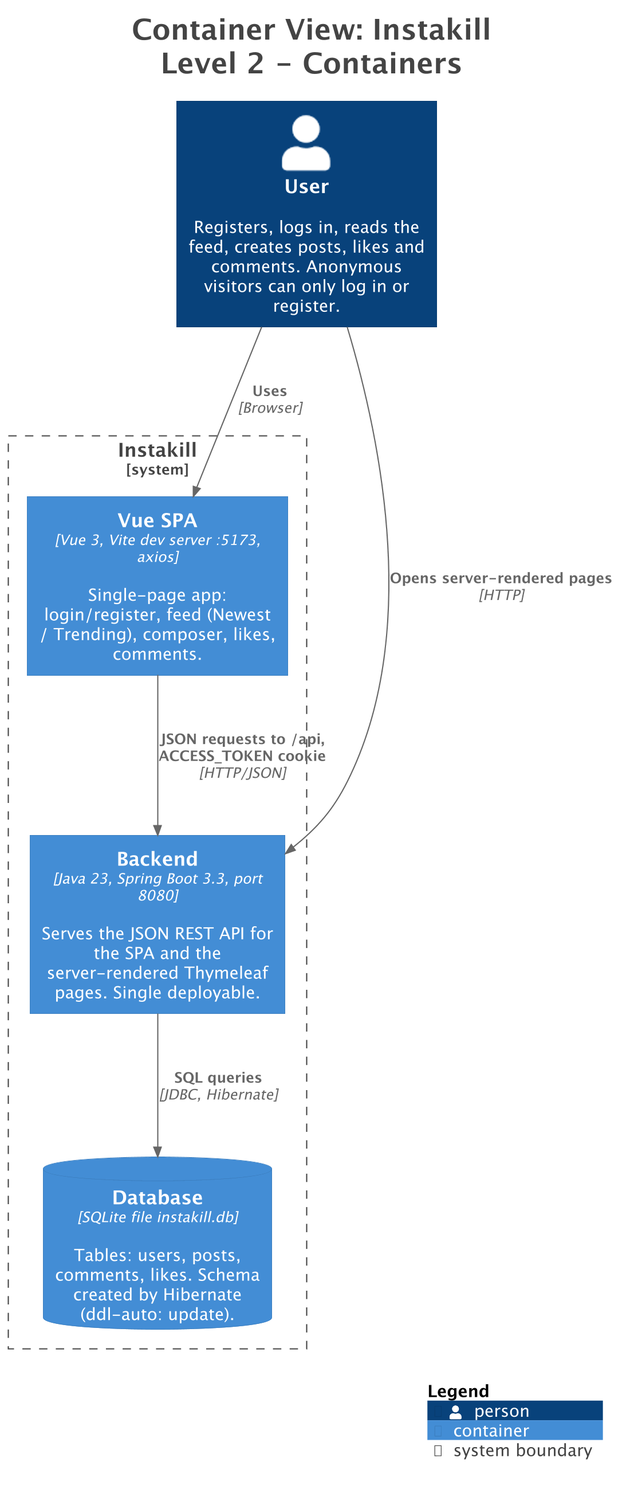
This is diagrams/2-container.png from Tocea2003/Instakill-Lab-ASE, a PlantUML export, as it was before one commit.
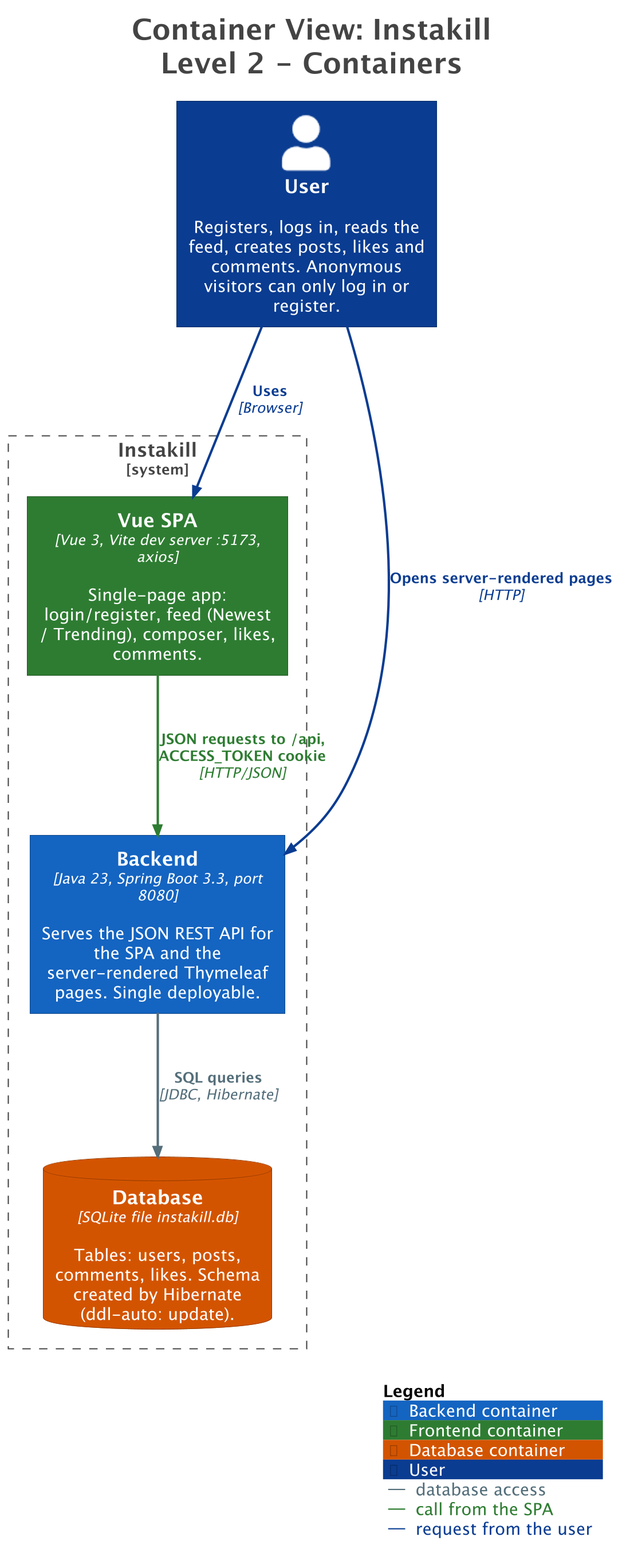
After the commit.

Commit message:
Color-code C4 diagrams by container type and architectural layer

What changed in the source:
```diff
@@ -18,19 +18,29 @@
 !include <C4/C4_Context>
 !include <C4/C4_Container>
 
-Person(User, "User", $descr="Registers, logs in, reads the feed, creates posts, likes and comments. Anonymous visitors can only log in or register.", $tags="", $link="")
+AddElementTag("Container,Backend", $bgColor="#1565c0", $borderColor="#0e4686", $fontColor="#ffffff", $sprite="", $shadowing="", $borderStyle="solid", $legendText="Backend container")
+AddElementTag("Container,Browser,Frontend", $bgColor="#2e7d32", $borderColor="#205723", $fontColor="#ffffff", $sprite="", $shadowing="", $borderStyle="solid", $legendText="Frontend container")
+AddElementTag("Container,Database", $bgColor="#d35400", $borderColor="#933a00", $fontColor="#ffffff", $sprite="", $shadowing="", $borderStyle="solid", $legendText="Database container")
+AddElementTag("Person", $bgColor="#0b3d91", $borderColor="#072a65", $fontColor="#ffffff", $sprite="", $shadowing="", $borderStyle="solid", $legendText="User")
 
-System_Boundary("Instakill_boundary", "Instakill", $tags="") {
-  ContainerDb(Instakill.Database, "Database", $techn="SQLite file instakill.db", $descr="Tables: users, posts, comments, likes. Schema created by Hibernate (ddl-auto: update).", $tags="", $link="")
-  Container(Instakill.VueSPA, "Vue SPA", $techn="Vue 3, Vite dev server :5173, axios", $descr="Single-page app: login/register, feed (Newest / Trending), composer, likes, comments.", $tags="", $link="")
-  Container(Instakill.Backend, "Backend", $techn="Java 23, Spring Boot 3.3, port 8080", $descr="Serves the JSON REST API for the SPA and the server-rendered Thymeleaf pages. Single deployable.", $tags="", $link="")
+AddRelTag("FromInfrastructure", $textColor="#546e7a", $lineColor="#546e7a", $lineStyle = SolidLine(), $lineThickness="2", $legendText="database access")
+AddRelTag("FromFrontend", $textColor="#2e7d32", $lineColor="#2e7d32", $lineStyle = SolidLine(), $lineThickness="2", $legendText="call from the SPA")
+AddRelTag("FromUser", $textColor="#0b3d91", $lineColor="#0b3d91", $lineStyle = SolidLine(), $lineThickness="2", $legendText="request from the user")
+
+Person(User, "User", $descr="Registers, logs in, reads the feed, creates posts, likes and comments. Anonymous visitors can only log in or register.", $tags="Person", $link="")
+
+System_Boundary("Instakill_boundary", "Instakill", $tags="Software System") {
+  ContainerDb(Instakill.Database, "Database", $techn="SQLite file instakill.db", $descr="Tables: users, posts, comments, likes. Schema created by Hibernate (ddl-auto: update).", $tags="Container,Database", $link="")
+  Container(Instakill.VueSPA, "Vue SPA", $techn="Vue 3, Vite dev server :5173, axios", $descr="Single-page app: login/register, feed (Newest / Trending), composer, likes, comments.", $tags="Container,Browser,Frontend", $link="")
+  Container(Instakill.Backend, "Backend", $techn="Java 23, Spring Boot 3.3, port 8080", $descr="Serves the JSON REST API for the SPA and the server-rendered Thymeleaf pages. Single deployable.", $tags="Container,Backend", $link="")
 }
 
-Rel(User, Instakill.VueSPA, "Uses", $techn="Browser", $tags="", $link="")
-Rel(Instakill.VueSPA, Instakill.Backend, "JSON requests to /api, ACCESS_TOKEN cookie", $techn="HTTP/JSON", $tags="", $link="")
-Rel(User, Instakill.Backend, "Opens server-rendered pages", $techn="HTTP", $tags="", $link="")
-Rel(Instakill.Backend, Instakill.Database, "SQL queries", $techn="JDBC, Hibernate", $tags="", $link="")
+Rel(User, Instakill.VueSPA, "Uses", $techn="Browser", $tags="FromUser", $link="")
+Rel(Instakill.VueSPA, Instakill.Backend, "JSON requests to /api, ACCESS_TOKEN cookie", $techn="HTTP/JSON", $tags="FromFrontend", $link="")
+Rel(User, Instakill.Backend, "Opens server-rendered pages", $techn="HTTP", $tags="FromUser", $link="")
+Rel(Instakill.Backend, Instakill.Database, "SQL queries", $techn="JDBC, Hibernate", $tags="FromInfrastructure", $link="")
 
-SHOW_LEGEND(true)
+SetDefaultLegendEntries("")
+SHOW_LEGEND(true, None())
 hide stereotypes
 @enduml
```
